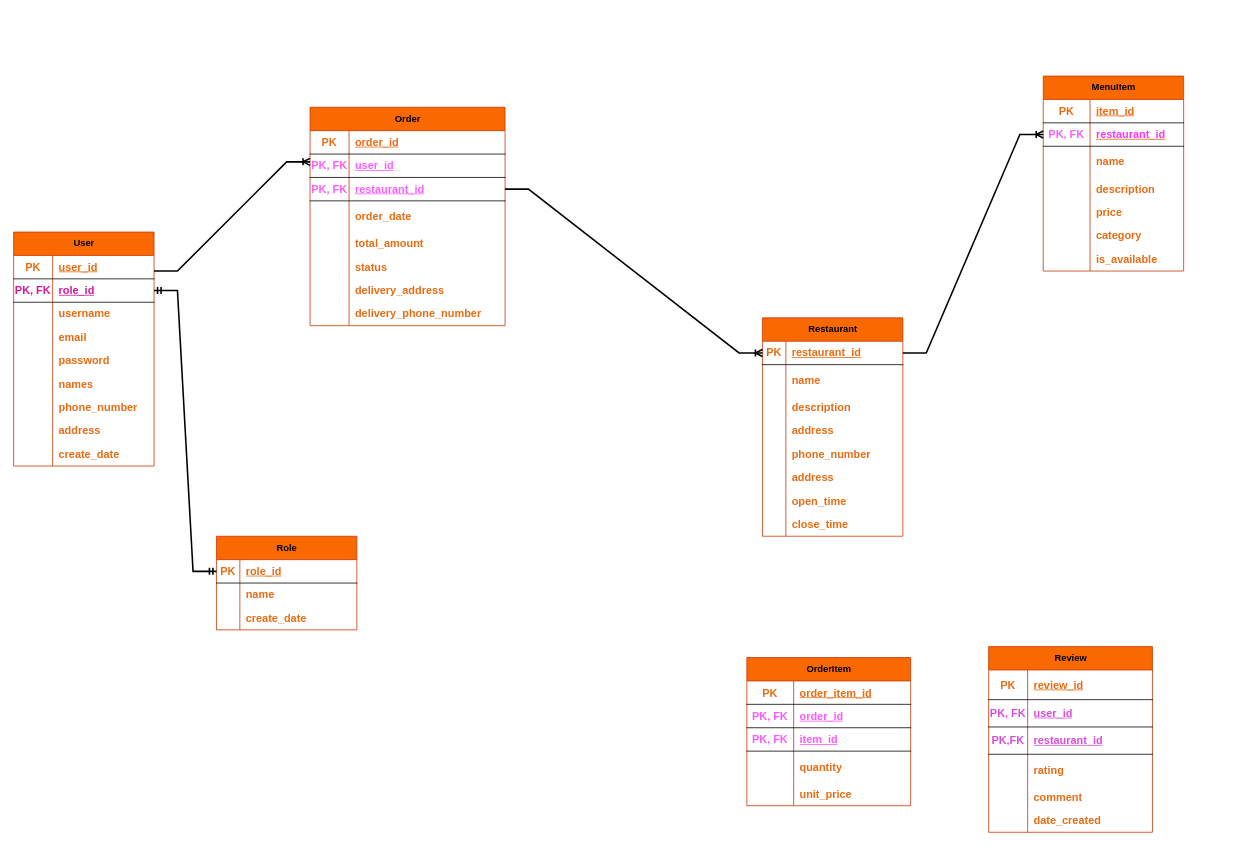
Earlier version of the draw.io diagram FoodDeliveryDatabase.drawio (dabiko/draw-io). Source tidied: cells renumbered, new cells numbered last; positions are measured from the earlier drawing's top-left corner, leaving out a move shared by most shapes. Both pictures are drawn from the tidied source at 78%, with x=0, y=0 at pixel (13, 76).
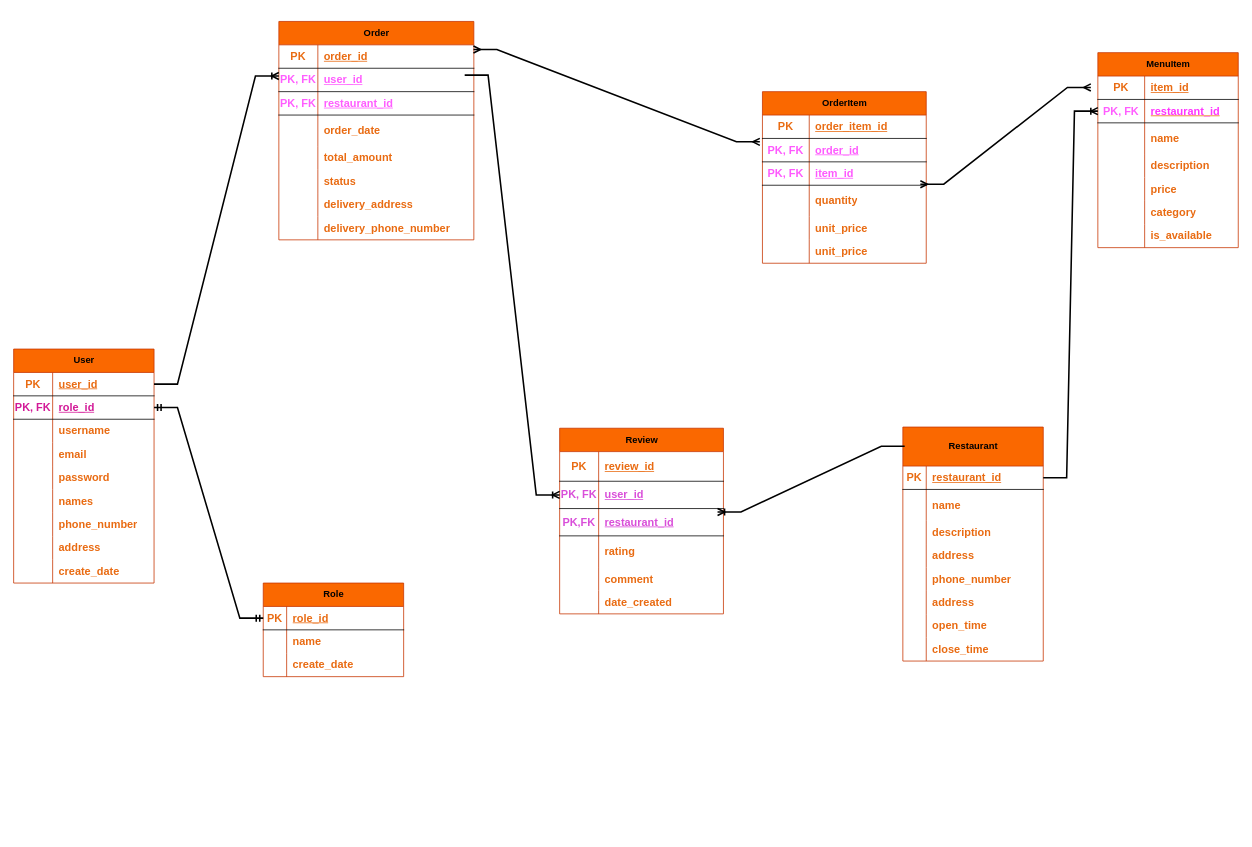
The same page after the edit.

Unchanged cells that the change refers to:
```xml
<mxCell id="3" style="shape=tableRow;horizontal=0;startSize=0;swimlaneHead=0;swimlaneBody=0;fillColor=none;points=[[0,0.5],[1,0.5]];portConstraint=eastwest;top=0;left=0;right=0;bottom=1;" parent="2" vertex="1">
  <mxGeometry y="30" width="180" height="30" as="geometry" />
</mxCell>
<mxCell id="57" style="shape=tableRow;horizontal=0;startSize=0;swimlaneHead=0;swimlaneBody=0;fillColor=none;points=[[0,0.5],[1,0.5]];portConstraint=eastwest;top=0;left=0;right=0;bottom=1;" parent="56" vertex="1">
  <mxGeometry y="30" width="180" height="30" as="geometry" />
</mxCell>
<mxCell id="83" style="shape=tableRow;horizontal=0;startSize=0;swimlaneHead=0;swimlaneBody=0;fillColor=none;points=[[0,0.5],[1,0.5]];portConstraint=eastwest;top=0;left=0;right=0;bottom=1;" parent="79" vertex="1">
  <mxGeometry y="60" width="210" height="30" as="geometry" />
</mxCell>
<mxCell id="86" style="shape=tableRow;horizontal=0;startSize=0;swimlaneHead=0;swimlaneBody=0;fillColor=none;points=[[0,0.5],[1,0.5]];portConstraint=eastwest;top=0;left=0;right=0;bottom=1;" parent="79" vertex="1">
  <mxGeometry y="90" width="210" height="30" as="geometry" />
</mxCell>
<mxCell id="97" style="shape=tableRow;horizontal=0;startSize=0;swimlaneHead=0;swimlaneBody=0;fillColor=none;points=[[0,0.5],[1,0.5]];portConstraint=eastwest;top=0;left=0;right=0;bottom=1;" parent="96" vertex="1">
  <mxGeometry y="30" width="250" height="30" as="geometry" />
</mxCell>
<mxCell id="100" style="shape=tableRow;horizontal=0;startSize=0;swimlaneHead=0;swimlaneBody=0;fillColor=none;points=[[0,0.5],[1,0.5]];portConstraint=eastwest;top=0;left=0;right=0;bottom=1;" parent="96" vertex="1">
  <mxGeometry y="60" width="250" height="30" as="geometry" />
</mxCell>
<mxCell id="103" style="shape=tableRow;horizontal=0;startSize=0;swimlaneHead=0;swimlaneBody=0;fillColor=none;points=[[0,0.5],[1,0.5]];portConstraint=eastwest;top=0;left=0;right=0;bottom=1;" parent="96" vertex="1">
  <mxGeometry y="90" width="250" height="30" as="geometry" />
</mxCell>
<mxCell id="127" style="shape=tableRow;horizontal=0;startSize=0;swimlaneHead=0;swimlaneBody=0;fillColor=none;points=[[0,0.5],[1,0.5]];portConstraint=eastwest;top=0;left=0;right=0;bottom=1;" parent="123" vertex="1">
  <mxGeometry y="68" width="210" height="35" as="geometry" />
</mxCell>
<mxCell id="130" style="shape=tableRow;horizontal=0;startSize=0;swimlaneHead=0;swimlaneBody=0;fillColor=none;points=[[0,0.5],[1,0.5]];portConstraint=eastwest;top=0;left=0;right=0;bottom=1;" parent="123" vertex="1">
  <mxGeometry y="103" width="210" height="35" as="geometry" />
</mxCell>
```

What changed in the source:
```diff
@@
     <mxCell id="2" value="User" style="shape=table;startSize=30;childLayout=tableLayout;rowLines=0;fontStyle=1;align=center;html=1;fillColor=#fa6800;strokeColor=#C73500;fontColor=#000000;" parent="1" vertex="1">
-      <mxGeometry y="200" width="180" height="300" as="geometry" />
+      <mxGeometry y="350" width="180" height="300" as="geometry" />
     </mxCell>
@@
-    <mxCell id="30" value="Restaurant" style="shape=table;startSize=30;childLayout=tableLayout;rowLines=0;fontStyle=1;align=center;html=1;fillColor=#fa6800;strokeColor=#C73500;fontColor=#000000;" parent="1" vertex="1">
-      <mxGeometry x="960" y="310" width="180" height="280" as="geometry" />
+    <mxCell id="30" value="Restaurant" style="shape=table;startSize=50;childLayout=tableLayout;rowLines=0;fontStyle=1;align=center;html=1;fillColor=#fa6800;strokeColor=#C73500;fontColor=#000000;" parent="1" vertex="1">
+      <mxGeometry x="1140" y="450" width="180" height="300" as="geometry" />
     </mxCell>
     <mxCell id="31" style="shape=tableRow;horizontal=0;startSize=0;swimlaneHead=0;swimlaneBody=0;fillColor=none;points=[[0,0.5],[1,0.5]];portConstraint=eastwest;top=0;left=0;right=0;bottom=1;" parent="30" vertex="1">
-      <mxGeometry y="30" width="180" height="30" as="geometry" />
+      <mxGeometry y="50" width="180" height="30" as="geometry" />
     </mxCell>
@@
     <mxCell id="34" style="shape=tableRow;horizontal=0;startSize=0;swimlaneHead=0;swimlaneBody=0;fillColor=none;top=0;left=0;right=0;bottom=0;" parent="30" vertex="1">
-      <mxGeometry y="60" width="180" height="40" as="geometry" />
+      <mxGeometry y="80" width="180" height="40" as="geometry" />
     </mxCell>
@@
     <mxCell id="37" style="shape=tableRow;horizontal=0;startSize=0;swimlaneHead=0;swimlaneBody=0;fillColor=none;top=0;left=0;right=0;bottom=0;" parent="30" vertex="1">
-      <mxGeometry y="100" width="180" height="30" as="geometry" />
+      <mxGeometry y="120" width="180" height="30" as="geometry" />
     </mxCell>
@@
     <mxCell id="40" style="shape=tableRow;horizontal=0;startSize=0;swimlaneHead=0;swimlaneBody=0;fillColor=none;top=0;left=0;right=0;bottom=0;" parent="30" vertex="1">
-      <mxGeometry y="130" width="180" height="30" as="geometry" />
+      <mxGeometry y="150" width="180" height="30" as="geometry" />
     </mxCell>
@@
     <mxCell id="43" style="shape=tableRow;horizontal=0;startSize=0;swimlaneHead=0;swimlaneBody=0;fillColor=none;top=0;left=0;right=0;bottom=0;" parent="30" vertex="1">
-      <mxGeometry y="160" width="180" height="30" as="geometry" />
+      <mxGeometry y="180" width="180" height="30" as="geometry" />
     </mxCell>
@@
     <mxCell id="46" style="shape=tableRow;horizontal=0;startSize=0;swimlaneHead=0;swimlaneBody=0;fillColor=none;top=0;left=0;right=0;bottom=0;" parent="30" vertex="1">
-      <mxGeometry y="190" width="180" height="30" as="geometry" />
+      <mxGeometry y="210" width="180" height="30" as="geometry" />
     </mxCell>
@@
     <mxCell id="49" style="shape=tableRow;horizontal=0;startSize=0;swimlaneHead=0;swimlaneBody=0;fillColor=none;top=0;left=0;right=0;bottom=0;" parent="30" vertex="1">
-      <mxGeometry y="220" width="180" height="30" as="geometry" />
+      <mxGeometry y="240" width="180" height="30" as="geometry" />
     </mxCell>
@@
     <mxCell id="52" style="shape=tableRow;horizontal=0;startSize=0;swimlaneHead=0;swimlaneBody=0;fillColor=none;top=0;left=0;right=0;bottom=0;" parent="30" vertex="1">
-      <mxGeometry y="250" width="180" height="30" as="geometry" />
+      <mxGeometry y="270" width="180" height="30" as="geometry" />
     </mxCell>
@@
     <mxCell id="55" style="group;" parent="1" vertex="1">
-      <mxGeometry x="1320" width="180" height="260" as="geometry" />
+      <mxGeometry x="1390" y="-30" width="180" height="260" as="geometry" />
     </mxCell>
@@
     <mxCell id="78" style="group;" parent="1" vertex="1">
-      <mxGeometry x="940" y="745.5" width="210" height="210" as="geometry" />
+      <mxGeometry x="960" y="20" width="210" height="210" as="geometry" />
     </mxCell>
     <mxCell id="79" value="OrderItem" style="shape=table;startSize=30;childLayout=tableLayout;rowLines=0;fontStyle=1;align=center;html=1;fillColor=#fa6800;strokeColor=#C73500;fontColor=#000000;" parent="78" vertex="1">
-      <mxGeometry width="210" height="190" as="geometry" />
+      <mxGeometry width="210" height="220" as="geometry" />
     </mxCell>
@@
+    <mxCell id="156" style="shape=tableRow;horizontal=0;startSize=0;swimlaneHead=0;swimlaneBody=0;fillColor=none;top=0;left=0;right=0;bottom=0;" parent="79" vertex="1">
+      <mxGeometry y="160" width="210" height="30" as="geometry" />
+    </mxCell>
+    <mxCell id="157" style="shape=partialRectangle;fillColor=none;top=0;left=0;bottom=0;right=0;overflow=hidden;whiteSpace=wrap;html=1;" parent="156" vertex="1">
+      <mxGeometry width="60" height="30" as="geometry" />
+    </mxCell>
+    <mxCell id="158" value="unit_price" style="shape=partialRectangle;fillColor=none;top=0;left=0;bottom=0;right=0;align=left;spacingLeft=6;overflow=hidden;whiteSpace=wrap;html=1;fontStyle=1;fontSize=14;fontColor=#e96b12;" parent="156" vertex="1">
+      <mxGeometry x="60" width="150" height="30" as="geometry" />
+    </mxCell>
     <mxCell id="92" style="shape=tableRow;horizontal=0;startSize=0;swimlaneHead=0;swimlaneBody=0;fillColor=none;top=0;left=0;right=0;bottom=0;" parent="79" vertex="1">
-      <mxGeometry y="160" width="210" height="30" as="geometry" />
+      <mxGeometry y="190" width="210" height="30" as="geometry" />
     </mxCell>
@@
     <mxCell id="95" style="group;" parent="1" vertex="1">
-      <mxGeometry x="380" y="40" width="210" height="300" as="geometry" />
+      <mxGeometry x="470" y="-80" width="210" height="300" as="geometry" />
     </mxCell>
     <mxCell id="96" value="Order" style="shape=table;startSize=30;childLayout=tableLayout;rowLines=0;fontStyle=1;align=center;html=1;fillColor=#fa6800;strokeColor=#C73500;fontColor=#000000;" parent="95" vertex="1">
-      <mxGeometry width="250" height="280" as="geometry" />
+      <mxGeometry x="-130" y="10" width="250" height="280" as="geometry" />
     </mxCell>
@@
     <mxCell id="121" style="group;" parent="1" vertex="1">
-      <mxGeometry x="1250" y="730" width="280" height="241" as="geometry" />
+      <mxGeometry x="700" y="450" width="280" height="241" as="geometry" />
     </mxCell>
@@
     <mxCell id="142" value="Role" style="shape=table;startSize=30;childLayout=tableLayout;rowLines=0;fontStyle=1;align=center;html=1;fillColor=#fa6800;strokeColor=#C73500;fontColor=#000000;" parent="1" vertex="1">
-      <mxGeometry x="260" y="590" width="180" height="120" as="geometry" />
+      <mxGeometry x="320" y="650" width="180" height="120" as="geometry" />
     </mxCell>
@@
-    <mxCell id="152" style="edgeStyle=entityRelationEdgeStyle;fontSize=20;html=1;endArrow=ERoneToMany;rounded=0;entryX=0;entryY=0.25;entryDx=0;entryDy=0;strokeWidth=2;" parent="1" edge="1" target="96">
-      <mxGeometry relative="1" as="geometry">
-        <mxPoint x="180" y="250" as="sourcePoint" />
-      </mxGeometry>
+    <mxCell id="152" style="edgeStyle=entityRelationEdgeStyle;fontSize=20;html=1;endArrow=ERoneToMany;rounded=0;entryX=0;entryY=0.25;entryDx=0;entryDy=0;strokeWidth=2;" parent="1" edge="1" source="3" target="96">
+      <mxGeometry relative="1" as="geometry" />
     </mxCell>
@@
-    <mxCell id="155" style="edgeStyle=entityRelationEdgeStyle;fontSize=12;html=1;endArrow=ERoneToMany;rounded=0;strokeWidth=2;exitX=1;exitY=0.5;exitDx=0;exitDy=0;" parent="1" edge="1" source="103" target="31">
-      <mxGeometry relative="1" as="geometry" />
-    </mxCell>
+    <mxCell id="159" style="edgeStyle=entityRelationEdgeStyle;fontSize=12;html=1;endArrow=ERmany;startArrow=ERmany;rounded=0;exitX=0.998;exitY=0.2;exitDx=0;exitDy=0;exitPerimeter=0;entryX=-0.016;entryY=0.145;entryDx=0;entryDy=0;strokeWidth=2;entryPerimeter=0;" parent="1" edge="1" source="97" target="83">
+      <mxGeometry relative="1" as="geometry" />
+    </mxCell>
+    <mxCell id="160" style="edgeStyle=entityRelationEdgeStyle;fontSize=12;html=1;endArrow=ERmany;startArrow=ERmany;rounded=0;strokeWidth=2;exitX=0.964;exitY=0.955;exitDx=0;exitDy=0;exitPerimeter=0;entryX=-0.05;entryY=0.486;entryDx=0;entryDy=0;entryPerimeter=0;" parent="1" edge="1" source="86" target="57">
+      <mxGeometry relative="1" as="geometry">
+        <Array as="points">
+          <mxPoint x="1260" y="670" />
+          <mxPoint x="1673" y="390" />
+        </Array>
+      </mxGeometry>
+    </mxCell>
+    <mxCell id="161" style="edgeStyle=entityRelationEdgeStyle;fontSize=12;html=1;endArrow=ERoneToMany;rounded=0;strokeWidth=2;exitX=0.953;exitY=0.295;exitDx=0;exitDy=0;exitPerimeter=0;" parent="1" edge="1" source="100" target="127">
+      <mxGeometry relative="1" as="geometry" />
+    </mxCell>
+    <mxCell id="162" style="edgeStyle=entityRelationEdgeStyle;fontSize=12;html=1;endArrow=ERoneToMany;rounded=0;entryX=0.964;entryY=0.124;entryDx=0;entryDy=0;entryPerimeter=0;exitX=0.013;exitY=0.082;exitDx=0;exitDy=0;exitPerimeter=0;strokeWidth=2;" parent="1" edge="1" source="30" target="130">
+      <mxGeometry relative="1" as="geometry" />
+    </mxCell>
```
